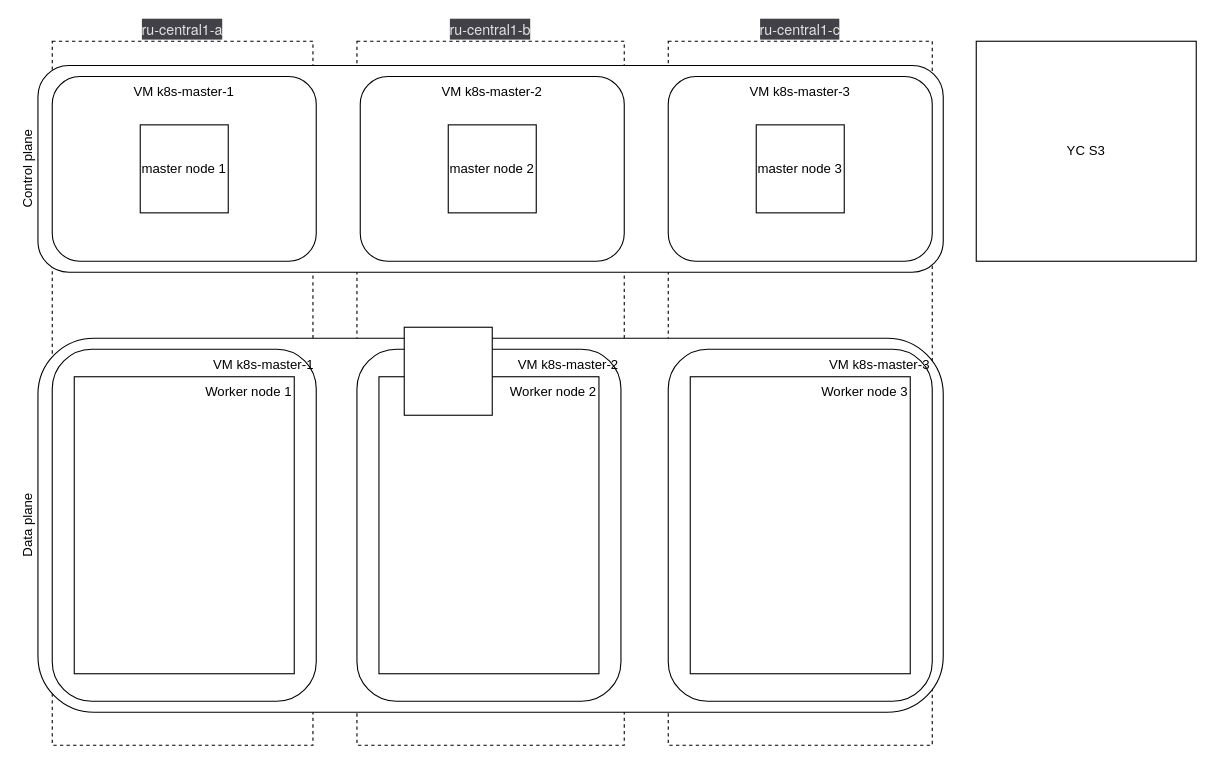
Earlier version of the draw.io diagram diploma/Схема.drawio (Crankoman/devops). Source tidied: cells renumbered, new cells numbered last; positions are measured from the earlier drawing's top-left corner, leaving out a move shared by most shapes. Both pictures are drawn from the tidied source at 110%, with x=0, y=0 at pixel (37, 41).
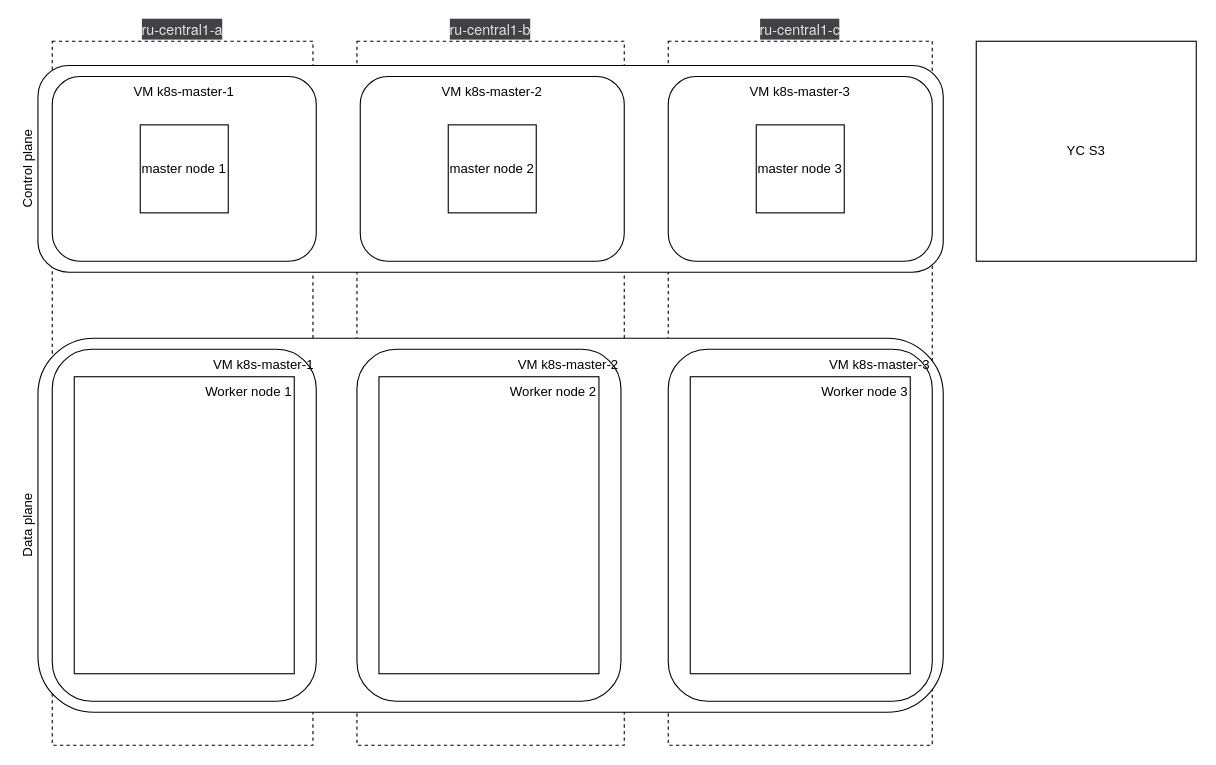
The same page after the edit.

Diff of the diagram source:
```diff
@@
-    <mxCell id="19" style="whiteSpace=wrap;html=1;" parent="1" vertex="1">
-      <mxGeometry x="333" y="260" width="80" height="80" as="geometry" />
-    </mxCell>
```
